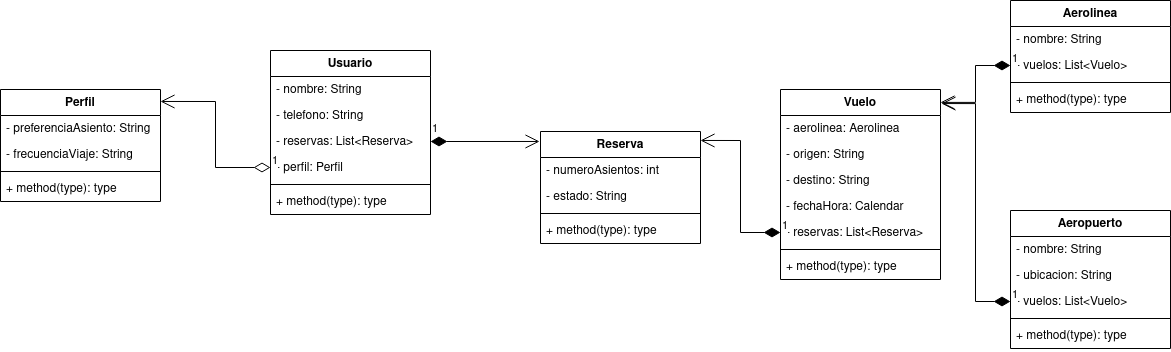
This is ejercicio2/diagram/ejercicio2-maxi.png from mackstm/examen-ets, a draw.io export, as it was before one commit. Source tidied: cells renumbered, new cells last; positions are measured from the earlier drawing's top-left corner, leaving out a move shared by most shapes.
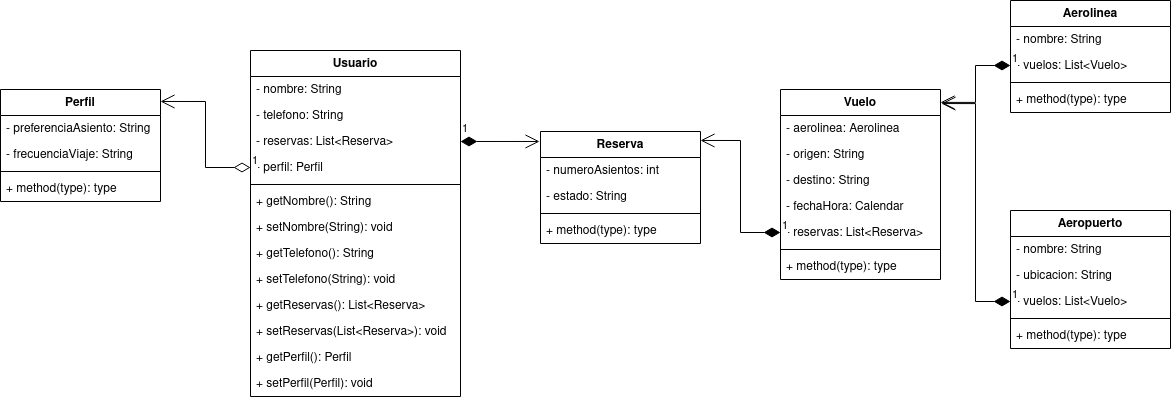
After the commit.

Change to the diagram source:
```diff
@@ -3,26 +3,47 @@
     <mxCell id="0" />
     <mxCell id="1" parent="0" />
     <mxCell id="2" value="Usuario" style="swimlane;fontStyle=1;align=center;verticalAlign=top;horizontal=1;startSize=26;whiteSpace=wrap;html=1;" parent="1" vertex="1">
-      <mxGeometry x="270" y="50" width="160" height="164" as="geometry" />
+      <mxGeometry x="250" y="50" width="210" height="346" as="geometry" />
     </mxCell>
     <mxCell id="3" value="- nombre: String" style="text;strokeColor=none;fillColor=none;align=left;verticalAlign=top;spacingLeft=4;spacingRight=4;overflow=hidden;whiteSpace=wrap;html=1;" parent="2" vertex="1">
-      <mxGeometry y="26" width="160" height="26" as="geometry" />
+      <mxGeometry y="26" width="210" height="26" as="geometry" />
     </mxCell>
     <mxCell id="4" value="- telefono: String" style="text;strokeColor=none;fillColor=none;align=left;verticalAlign=top;spacingLeft=4;spacingRight=4;overflow=hidden;whiteSpace=wrap;html=1;" parent="2" vertex="1">
-      <mxGeometry y="52" width="160" height="26" as="geometry" />
+      <mxGeometry y="52" width="210" height="26" as="geometry" />
     </mxCell>
     <mxCell id="5" value="- reservas: List&amp;lt;Reserva&amp;gt;" style="text;strokeColor=none;fillColor=none;align=left;verticalAlign=top;spacingLeft=4;spacingRight=4;overflow=hidden;points=[[0,0.5],[1,0.5]];portConstraint=eastwest;whiteSpace=wrap;html=1;" parent="2" vertex="1">
-      <mxGeometry y="78" width="160" height="26" as="geometry" />
+      <mxGeometry y="78" width="210" height="26" as="geometry" />
     </mxCell>
     <mxCell id="6" value="- perfil: Perfil" style="text;strokeColor=none;fillColor=none;align=left;verticalAlign=top;spacingLeft=4;spacingRight=4;overflow=hidden;points=[[0,0.5],[1,0.5]];portConstraint=eastwest;whiteSpace=wrap;html=1;" parent="2" vertex="1">
-      <mxGeometry y="104" width="160" height="26" as="geometry" />
+      <mxGeometry y="104" width="210" height="26" as="geometry" />
     </mxCell>
     <mxCell id="7" style="line;strokeWidth=1;fillColor=none;align=left;verticalAlign=middle;spacingTop=-1;spacingLeft=3;spacingRight=3;labelPosition=right;strokeColor=inherit;" parent="2" vertex="1">
-      <mxGeometry y="130" width="160" height="8" as="geometry" />
+      <mxGeometry y="130" width="210" height="8" as="geometry" />
     </mxCell>
-    <mxCell id="8" value="+ method(type): type" style="text;strokeColor=none;fillColor=none;align=left;verticalAlign=top;spacingLeft=4;spacingRight=4;overflow=hidden;whiteSpace=wrap;html=1;" parent="2" vertex="1">
-      <mxGeometry y="138" width="160" height="26" as="geometry" />
+    <mxCell id="8" value="+ getNombre(): String" style="text;strokeColor=none;fillColor=none;align=left;verticalAlign=top;spacingLeft=4;spacingRight=4;overflow=hidden;whiteSpace=wrap;html=1;" parent="2" vertex="1">
+      <mxGeometry y="138" width="210" height="26" as="geometry" />
     </mxCell>
+    <mxCell id="43" value="+ setNombre(String): void" style="text;strokeColor=none;fillColor=none;align=left;verticalAlign=top;spacingLeft=4;spacingRight=4;overflow=hidden;whiteSpace=wrap;html=1;" parent="2" vertex="1">
+      <mxGeometry y="164" width="210" height="26" as="geometry" />
+    </mxCell>
+    <mxCell id="44" value="+ getTelefono(): String" style="text;strokeColor=none;fillColor=none;align=left;verticalAlign=top;spacingLeft=4;spacingRight=4;overflow=hidden;whiteSpace=wrap;html=1;" parent="2" vertex="1">
+      <mxGeometry y="190" width="210" height="26" as="geometry" />
+    </mxCell>
+    <mxCell id="45" value="+ setTelefono(String): void" style="text;strokeColor=none;fillColor=none;align=left;verticalAlign=top;spacingLeft=4;spacingRight=4;overflow=hidden;whiteSpace=wrap;html=1;" parent="2" vertex="1">
+      <mxGeometry y="216" width="210" height="26" as="geometry" />
+    </mxCell>
+    <mxCell id="46" value="+ getReservas(): List&amp;lt;Reserva&amp;gt;" style="text;strokeColor=none;fillColor=none;align=left;verticalAlign=top;spacingLeft=4;spacingRight=4;overflow=hidden;whiteSpace=wrap;html=1;" parent="2" vertex="1">
+      <mxGeometry y="242" width="210" height="26" as="geometry" />
+    </mxCell>
+    <mxCell id="47" value="+ setReservas(List&amp;lt;Reserva&amp;gt;): void" style="text;strokeColor=none;fillColor=none;align=left;verticalAlign=top;spacingLeft=4;spacingRight=4;overflow=hidden;whiteSpace=wrap;html=1;" parent="2" vertex="1">
+      <mxGeometry y="268" width="210" height="26" as="geometry" />
+    </mxCell>
+    <mxCell id="48" value="+ getPerfil(): Perfil" style="text;strokeColor=none;fillColor=none;align=left;verticalAlign=top;spacingLeft=4;spacingRight=4;overflow=hidden;whiteSpace=wrap;html=1;" parent="2" vertex="1">
+      <mxGeometry y="294" width="210" height="26" as="geometry" />
+    </mxCell>
+    <mxCell id="49" value="+ setPerfil(Perfil): void" style="text;strokeColor=none;fillColor=none;align=left;verticalAlign=top;spacingLeft=4;spacingRight=4;overflow=hidden;whiteSpace=wrap;html=1;" parent="2" vertex="1">
+      <mxGeometry y="320" width="210" height="26" as="geometry" />
+    </mxCell>
     <mxCell id="9" value="Reserva" style="swimlane;fontStyle=1;align=center;verticalAlign=top;horizontal=1;startSize=26;whiteSpace=wrap;html=1;" parent="1" vertex="1">
       <mxGeometry x="540" y="131" width="160" height="112" as="geometry" />
     </mxCell>
```
